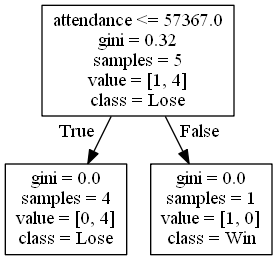
alexana-steck/CSE482Project keeps this Graphviz diagram as DecisionTrees/Pac-12decision_tree_no_score4.png. Above is the earlier version. Its source is kept beside it as DecisionTrees/Pac-12decision_tree_no_score4.dot.
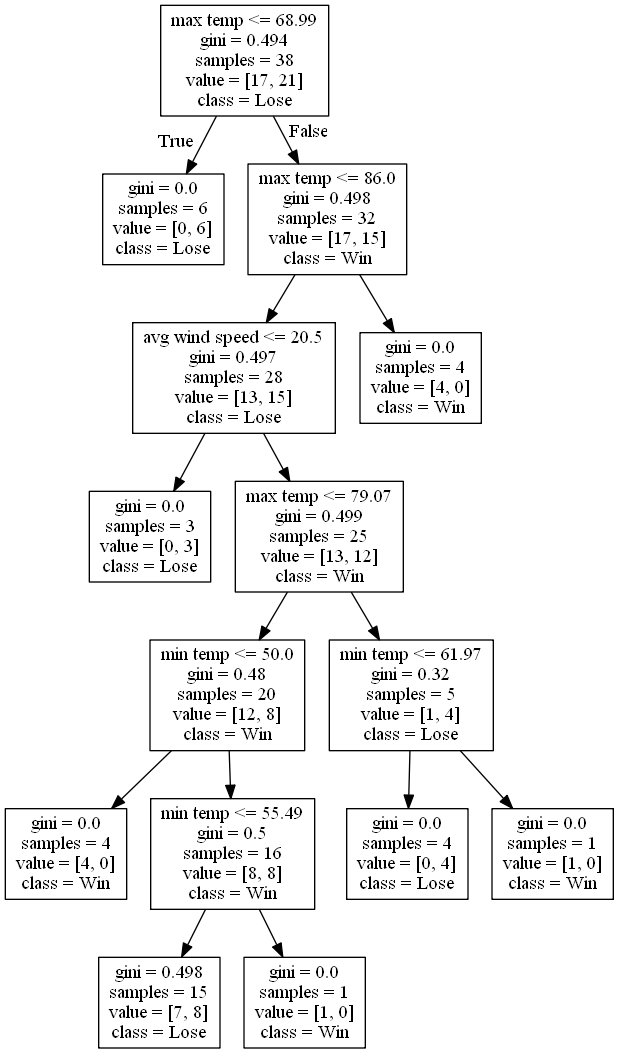
After the change.

The edit, as a diff of the source:
```diff
@@ -1,8 +1,32 @@
 digraph Tree {
 node [shape=box] ;
-0 [label="attendance <= 57367.0\ngini = 0.32\nsamples = 5\nvalue = [1, 4]\nclass = Lose"] ;
-1 [label="gini = 0.0\nsamples = 4\nvalue = [0, 4]\nclass = Lose"] ;
+0 [label="max temp <= 68.99\ngini = 0.494\nsamples = 38\nvalue = [17, 21]\nclass = Lose"] ;
+1 [label="gini = 0.0\nsamples = 6\nvalue = [0, 6]\nclass = Lose"] ;
 0 -> 1 [labeldistance=2.5, labelangle=45, headlabel="True"] ;
-2 [label="gini = 0.0\nsamples = 1\nvalue = [1, 0]\nclass = Win"] ;
+2 [label="max temp <= 86.0\ngini = 0.498\nsamples = 32\nvalue = [17, 15]\nclass = Win"] ;
 0 -> 2 [labeldistance=2.5, labelangle=-45, headlabel="False"] ;
+3 [label="avg wind speed <= 20.5\ngini = 0.497\nsamples = 28\nvalue = [13, 15]\nclass = Lose"] ;
+2 -> 3 ;
+4 [label="gini = 0.0\nsamples = 3\nvalue = [0, 3]\nclass = Lose"] ;
+3 -> 4 ;
+5 [label="max temp <= 79.07\ngini = 0.499\nsamples = 25\nvalue = [13, 12]\nclass = Win"] ;
+3 -> 5 ;
+6 [label="min temp <= 50.0\ngini = 0.48\nsamples = 20\nvalue = [12, 8]\nclass = Win"] ;
+5 -> 6 ;
+7 [label="gini = 0.0\nsamples = 4\nvalue = [4, 0]\nclass = Win"] ;
+6 -> 7 ;
+8 [label="min temp <= 55.49\ngini = 0.5\nsamples = 16\nvalue = [8, 8]\nclass = Win"] ;
+6 -> 8 ;
+9 [label="gini = 0.498\nsamples = 15\nvalue = [7, 8]\nclass = Lose"] ;
+8 -> 9 ;
+10 [label="gini = 0.0\nsamples = 1\nvalue = [1, 0]\nclass = Win"] ;
+8 -> 10 ;
+11 [label="min temp <= 61.97\ngini = 0.32\nsamples = 5\nvalue = [1, 4]\nclass = Lose"] ;
+5 -> 11 ;
+12 [label="gini = 0.0\nsamples = 4\nvalue = [0, 4]\nclass = Lose"] ;
+11 -> 12 ;
+13 [label="gini = 0.0\nsamples = 1\nvalue = [1, 0]\nclass = Win"] ;
+11 -> 13 ;
+14 [label="gini = 0.0\nsamples = 4\nvalue = [4, 0]\nclass = Win"] ;
+2 -> 14 ;
 }
```
